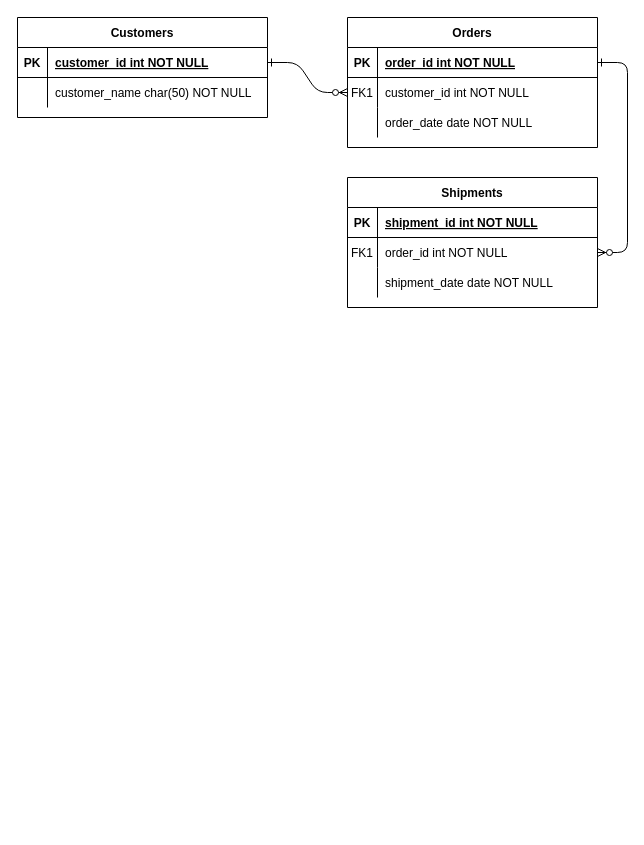
Earlier version of the draw.io diagram erd.drawio (joycefgoncalves/assignments_database-). Source tidied: cells renumbered, new cells numbered last; positions are measured from the earlier drawing's top-left corner, leaving out a move shared by most shapes. Both pictures are drawn from the tidied source at 100%, with x=0, y=0 at pixel (17, 17).
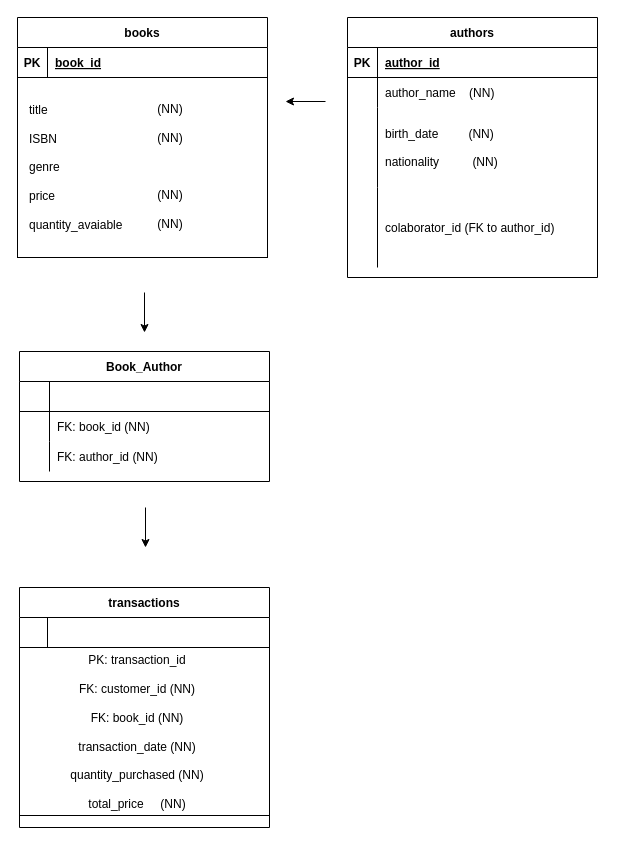
Above is the later version.

Unchanged cells that the change refers to:
```xml
<mxCell id="5" style="shape=partialRectangle;fillColor=none;points=[[0,0.5],[1,0.5]];portConstraint=eastwest;top=0;left=0;right=0;bottom=1;" parent="4" vertex="1">
  <mxGeometry y="30" width="250" height="30" as="geometry" />
</mxCell>
<mxCell id="8" style="shape=partialRectangle;fillColor=none;points=[[0,0.5],[1,0.5]];portConstraint=eastwest;top=0;left=0;right=0;bottom=0;" parent="4" vertex="1">
  <mxGeometry y="60" width="250" height="30" as="geometry" />
</mxCell>
<mxCell id="15" style="shape=partialRectangle;fillColor=none;top=0;left=0;right=0;bottom=1;" parent="14" vertex="1">
  <mxGeometry y="30" width="250" height="30" as="geometry" />
</mxCell>
<mxCell id="18" style="shape=partialRectangle;fillColor=none;points=[[0,0.5],[1,0.5]];portConstraint=eastwest;top=0;left=0;right=0;bottom=0;" parent="14" vertex="1">
  <mxGeometry y="60" width="250" height="30" as="geometry" />
</mxCell>
<mxCell id="21" style="shape=partialRectangle;fillColor=none;top=0;left=0;right=0;bottom=0;" parent="14" vertex="1">
  <mxGeometry y="90" width="250" height="30" as="geometry" />
</mxCell>
<mxCell id="25" style="shape=partialRectangle;fillColor=none;points=[[0,0.5],[1,0.5]];portConstraint=eastwest;top=0;left=0;right=0;bottom=1;" parent="24" vertex="1">
  <mxGeometry y="30" width="250" height="30" as="geometry" />
</mxCell>
```

The edit, as a diff of the source:
```diff
@@
-    <mxCell id="2" style="edgeStyle=entityRelationEdgeStyle;endArrow=ERzeroToMany;startArrow=ERone;endFill=1;startFill=0;" parent="1" edge="1" source="25" target="8">
-      <mxGeometry relative="1" as="geometry" />
-    </mxCell>
-    <mxCell id="3" style="edgeStyle=entityRelationEdgeStyle;endArrow=ERzeroToMany;startArrow=ERone;endFill=1;startFill=0;" parent="1" edge="1" source="5" target="18">
-      <mxGeometry relative="1" as="geometry" />
-    </mxCell>
-    <mxCell id="4" value="Orders" style="shape=table;startSize=30;childLayout=tableLayout;rowLines=0;fontStyle=1;align=center;" parent="1" vertex="1">
-      <mxGeometry x="330" width="250" height="130" as="geometry" />
+    <mxCell id="4" value="authors" style="shape=table;startSize=30;childLayout=tableLayout;rowLines=0;fontStyle=1;align=center;" parent="1" vertex="1">
+      <mxGeometry x="330" width="250" height="260" as="geometry" />
     </mxCell>
@@
-    <mxCell id="7" value="order_id int NOT NULL " style="shape=partialRectangle;overflow=hidden;fillColor=none;top=0;left=0;bottom=0;right=0;align=left;spacingLeft=6;fontStyle=5;" parent="5" vertex="1">
+    <mxCell id="7" value="author_id" style="shape=partialRectangle;overflow=hidden;fillColor=none;top=0;left=0;bottom=0;right=0;align=left;spacingLeft=6;fontStyle=5;" parent="5" vertex="1">
       <mxGeometry x="30" width="220" height="30" as="geometry" />
     </mxCell>
@@
-    <mxCell id="9" value="FK1" style="shape=partialRectangle;overflow=hidden;fillColor=none;top=0;left=0;bottom=0;right=0;" parent="8" vertex="1">
+    <mxCell id="9" style="shape=partialRectangle;overflow=hidden;fillColor=none;top=0;left=0;bottom=0;right=0;" parent="8" vertex="1">
       <mxGeometry width="30" height="30" as="geometry" />
     </mxCell>
-    <mxCell id="10" value="customer_id int NOT NULL" style="shape=partialRectangle;overflow=hidden;fillColor=none;top=0;left=0;bottom=0;right=0;align=left;spacingLeft=6;" parent="8" vertex="1">
+    <mxCell id="10" value="author_name    (NN)" style="shape=partialRectangle;overflow=hidden;fillColor=none;top=0;left=0;bottom=0;right=0;align=left;spacingLeft=6;" parent="8" vertex="1">
       <mxGeometry x="30" width="220" height="30" as="geometry" />
     </mxCell>
     <mxCell id="11" style="shape=partialRectangle;fillColor=none;top=0;left=0;right=0;bottom=0;" parent="4" vertex="1">
-      <mxGeometry y="90" width="250" height="30" as="geometry" />
+      <mxGeometry y="90" width="250" height="80" as="geometry" />
     </mxCell>
     <mxCell id="12" style="shape=partialRectangle;overflow=hidden;fillColor=none;top=0;left=0;bottom=0;right=0;" parent="11" vertex="1">
-      <mxGeometry width="30" height="30" as="geometry" />
+      <mxGeometry width="30" height="80" as="geometry" />
     </mxCell>
-    <mxCell id="13" value="order_date date NOT NULL" style="shape=partialRectangle;overflow=hidden;fillColor=none;top=0;left=0;bottom=0;right=0;align=left;spacingLeft=6;" parent="11" vertex="1">
-      <mxGeometry x="30" width="220" height="30" as="geometry" />
+    <mxCell id="13" value="birth_date         (NN)&#10;&#10;nationality          (NN)" style="shape=partialRectangle;overflow=hidden;fillColor=none;top=0;left=0;bottom=0;right=0;align=left;spacingLeft=6;" parent="11" vertex="1">
+      <mxGeometry x="30" width="220" height="80" as="geometry" />
     </mxCell>
+    <mxCell id="31" style="shape=partialRectangle;fillColor=none;top=0;left=0;right=0;bottom=0;" parent="4" vertex="1">
+      <mxGeometry y="170" width="250" height="80" as="geometry" />
+    </mxCell>
+    <mxCell id="32" style="shape=partialRectangle;overflow=hidden;fillColor=none;top=0;left=0;bottom=0;right=0;" parent="31" vertex="1">
+      <mxGeometry width="30" height="80" as="geometry" />
+    </mxCell>
+    <mxCell id="33" value="colaborator_id (FK to author_id)      " style="shape=partialRectangle;overflow=hidden;fillColor=none;top=0;left=0;bottom=0;right=0;align=left;spacingLeft=6;" parent="31" vertex="1">
+      <mxGeometry x="30" width="220" height="80" as="geometry" />
+    </mxCell>
-    <mxCell id="14" value="Shipments" style="shape=table;startSize=30;childLayout=tableLayout;rowLines=0;fontStyle=1;align=center;" parent="1" vertex="1">
-      <mxGeometry x="330" y="160" width="250" height="130" as="geometry" />
+    <mxCell id="14" value="Book_Author" style="shape=table;startSize=30;childLayout=tableLayout;rowLines=0;fontStyle=1;align=center;" parent="1" vertex="1">
+      <mxGeometry x="2" y="334" width="250" height="130" as="geometry" />
     </mxCell>
@@
-    <mxCell id="16" value="PK" style="shape=partialRectangle;overflow=hidden;fillColor=none;top=0;left=0;bottom=0;right=0;fontStyle=1;" parent="15" vertex="1">
+    <mxCell id="16" style="shape=partialRectangle;overflow=hidden;fillColor=none;top=0;left=0;bottom=0;right=0;fontStyle=1;" parent="15" vertex="1">
       <mxGeometry width="30" height="30" as="geometry" />
     </mxCell>
-    <mxCell id="17" value="shipment_id int NOT NULL " style="shape=partialRectangle;overflow=hidden;fillColor=none;top=0;left=0;bottom=0;right=0;align=left;spacingLeft=6;fontStyle=5;" parent="15" vertex="1">
+    <mxCell id="17" style="shape=partialRectangle;overflow=hidden;fillColor=none;top=0;left=0;bottom=0;right=0;align=left;spacingLeft=6;fontStyle=5;" parent="15" vertex="1">
       <mxGeometry x="30" width="220" height="30" as="geometry" />
     </mxCell>
@@
-    <mxCell id="19" value="FK1" style="shape=partialRectangle;overflow=hidden;fillColor=none;top=0;left=0;bottom=0;right=0;" parent="18" vertex="1">
+    <mxCell id="19" style="shape=partialRectangle;overflow=hidden;fillColor=none;top=0;left=0;bottom=0;right=0;" parent="18" vertex="1">
       <mxGeometry width="30" height="30" as="geometry" />
     </mxCell>
-    <mxCell id="20" value="order_id int NOT NULL" style="shape=partialRectangle;overflow=hidden;fillColor=none;top=0;left=0;bottom=0;right=0;align=left;spacingLeft=6;" parent="18" vertex="1">
+    <mxCell id="20" value="FK: book_id (NN)" style="shape=partialRectangle;overflow=hidden;fillColor=none;top=0;left=0;bottom=0;right=0;align=left;spacingLeft=6;" parent="18" vertex="1">
       <mxGeometry x="30" width="220" height="30" as="geometry" />
     </mxCell>
@@
-    <mxCell id="23" value="shipment_date date NOT NULL" style="shape=partialRectangle;overflow=hidden;fillColor=none;top=0;left=0;bottom=0;right=0;align=left;spacingLeft=6;" parent="21" vertex="1">
+    <mxCell id="23" value="FK: author_id (NN)" style="shape=partialRectangle;overflow=hidden;fillColor=none;top=0;left=0;bottom=0;right=0;align=left;spacingLeft=6;" parent="21" vertex="1">
       <mxGeometry x="30" width="220" height="30" as="geometry" />
     </mxCell>
-    <mxCell id="24" value="Customers" style="shape=table;startSize=30;childLayout=tableLayout;rowLines=0;fontStyle=1;align=center;" parent="1" vertex="1">
-      <mxGeometry width="250" height="100" as="geometry" />
+    <mxCell id="24" value="books" style="shape=table;startSize=30;childLayout=tableLayout;rowLines=0;fontStyle=1;align=center;" parent="1" vertex="1">
+      <mxGeometry width="250" height="240" as="geometry" />
     </mxCell>
@@
-    <mxCell id="27" value="customer_id int NOT NULL " style="shape=partialRectangle;overflow=hidden;fillColor=none;top=0;left=0;bottom=0;right=0;align=left;spacingLeft=6;fontStyle=5;" parent="25" vertex="1">
+    <mxCell id="27" value="book_id" style="shape=partialRectangle;overflow=hidden;fillColor=none;top=0;left=0;bottom=0;right=0;align=left;spacingLeft=6;fontStyle=5;" parent="25" vertex="1">
       <mxGeometry x="30" width="220" height="30" as="geometry" />
     </mxCell>
-    <mxCell id="28" style="shape=partialRectangle;fillColor=none;top=0;left=0;right=0;bottom=0;" parent="24" vertex="1">
-      <mxGeometry y="60" width="250" height="30" as="geometry" />
-    </mxCell>
-    <mxCell id="29" style="shape=partialRectangle;overflow=hidden;fillColor=none;top=0;left=0;bottom=0;right=0;" parent="28" vertex="1">
-      <mxGeometry width="30" height="30" as="geometry" />
-    </mxCell>
-    <mxCell id="30" value="customer_name char(50) NOT NULL" style="shape=partialRectangle;overflow=hidden;fillColor=none;top=0;left=0;bottom=0;right=0;align=left;spacingLeft=6;" parent="28" vertex="1">
-      <mxGeometry x="30" width="220" height="30" as="geometry" />
-    </mxCell>
+    <mxCell id="34" style="endArrow=classic;html=1;rounded=0;" parent="1" edge="1">
+      <mxGeometry relative="1" as="geometry">
+        <mxPoint x="127" y="275" as="sourcePoint" />
+        <mxPoint x="127" y="315" as="targetPoint" />
+      </mxGeometry>
+    </mxCell>
+    <mxCell id="35" style="shape=partialRectangle;fillColor=none;top=0;left=0;right=0;bottom=1;" parent="1" vertex="1">
+      <mxGeometry y="60" width="250" height="180" as="geometry" />
+    </mxCell>
+    <mxCell id="36" value="title&lt;div&gt;&lt;br&gt;&lt;/div&gt;&lt;div&gt;ISBN&lt;/div&gt;&lt;div&gt;&lt;br&gt;&lt;/div&gt;&lt;div&gt;genre&lt;/div&gt;&lt;div&gt;&lt;br&gt;&lt;/div&gt;&lt;div&gt;price&lt;/div&gt;&lt;div&gt;&lt;br&gt;&lt;/div&gt;&lt;div&gt;quantity_avaiable&lt;/div&gt;" style="text;html=1;align=left;verticalAlign=middle;strokeColor=none;fillColor=none;" parent="1" vertex="1">
+      <mxGeometry x="10" y="80" width="120" height="140" as="geometry" />
+    </mxCell>
+    <mxCell id="37" value="(NN)&lt;div&gt;&lt;br&gt;&lt;/div&gt;&lt;div&gt;(NN)&lt;/div&gt;&lt;div&gt;&lt;br&gt;&lt;/div&gt;&lt;div&gt;&lt;br&gt;&lt;/div&gt;&lt;div&gt;&lt;br&gt;&lt;/div&gt;&lt;div&gt;(NN)&lt;/div&gt;&lt;div&gt;&lt;br&gt;&lt;/div&gt;&lt;div&gt;(NN)&lt;/div&gt;" style="text;html=1;align=center;verticalAlign=middle;whiteSpace=wrap;rounded=0;" parent="1" vertex="1">
+      <mxGeometry x="123" y="134" width="60" height="30" as="geometry" />
+    </mxCell>
+    <mxCell id="38" style="endArrow=classic;html=1;rounded=0;" parent="1" edge="1">
+      <mxGeometry relative="1" as="geometry">
+        <mxPoint x="308" y="84" as="sourcePoint" />
+        <mxPoint x="268" y="84" as="targetPoint" />
+      </mxGeometry>
+    </mxCell>
+    <mxCell id="39" value="transactions" style="shape=table;startSize=30;childLayout=tableLayout;rowLines=0;fontStyle=1;align=center;" parent="1" vertex="1">
+      <mxGeometry x="2" y="570" width="250" height="240" as="geometry" />
+    </mxCell>
+    <mxCell id="40" style="shape=partialRectangle;fillColor=none;top=0;left=0;right=0;bottom=1;" parent="39" vertex="1">
+      <mxGeometry y="30" width="250" height="30" as="geometry" />
+    </mxCell>
+    <mxCell id="41" style="shape=partialRectangle;overflow=hidden;fillColor=none;top=0;left=0;bottom=0;right=0;fontStyle=1;" parent="40" vertex="1">
+      <mxGeometry width="28" height="30" as="geometry" />
+    </mxCell>
+    <mxCell id="42" style="shape=partialRectangle;overflow=hidden;fillColor=none;top=0;left=0;bottom=0;right=0;align=left;spacingLeft=6;fontStyle=5;" parent="40" vertex="1">
+      <mxGeometry x="28" width="222" height="30" as="geometry" />
+    </mxCell>
+    <mxCell id="43" style="shape=partialRectangle;fillColor=none;top=0;left=0;right=0;bottom=1;" parent="1" vertex="1">
+      <mxGeometry x="2" y="618" width="250" height="180" as="geometry" />
+    </mxCell>
+    <mxCell id="44" style="endArrow=classic;html=1;rounded=0;" parent="1" edge="1">
+      <mxGeometry relative="1" as="geometry">
+        <mxPoint x="128" y="490" as="sourcePoint" />
+        <mxPoint x="128" y="530" as="targetPoint" />
+      </mxGeometry>
+    </mxCell>
+    <mxCell id="45" value="PK: transaction_id&lt;div&gt;&lt;br&gt;&lt;/div&gt;&lt;div&gt;FK: customer_id (NN)&lt;/div&gt;&lt;div&gt;&lt;br&gt;&lt;/div&gt;&lt;div&gt;FK: book_id (NN)&lt;br&gt;&lt;br&gt;&lt;/div&gt;&lt;div&gt;transaction_date (NN)&lt;/div&gt;&lt;div&gt;&lt;br&gt;&lt;/div&gt;&lt;div&gt;quantity_purchased (NN)&lt;br&gt;&lt;br&gt;total_price&amp;nbsp; &amp;nbsp; &amp;nbsp;(NN)&lt;/div&gt;" style="text;html=1;align=center;verticalAlign=middle;whiteSpace=wrap;rounded=0;" parent="1" vertex="1">
+      <mxGeometry x="10" y="650" width="220" height="130" as="geometry" />
+    </mxCell>
```
